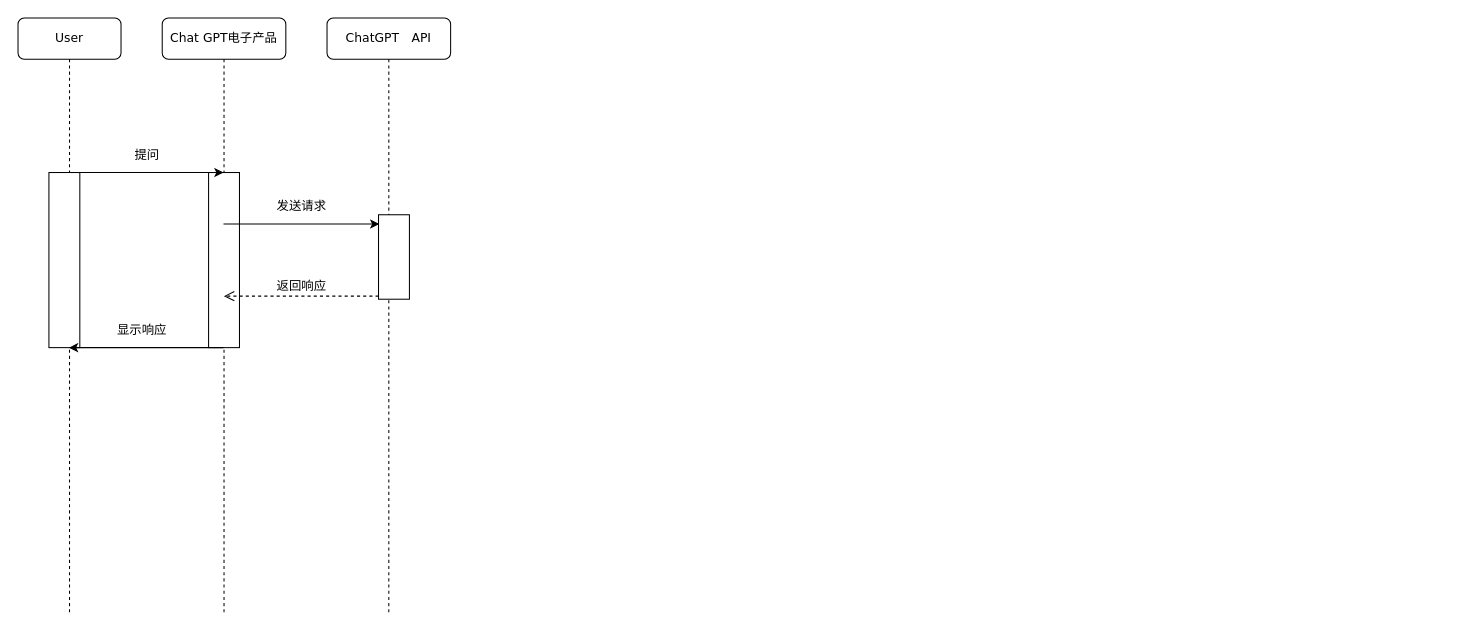
This is test顺序图1.drawio from Zha0-Hu1/diaw.io, a draw.io file, before an edit. Source tidied: cells renumbered, new cells numbered last; positions are measured from the earlier drawing's top-left corner, leaving out a move shared by most shapes. Both pictures are drawn from the tidied source at 103%, with x=0, y=0 at pixel (18, 18).
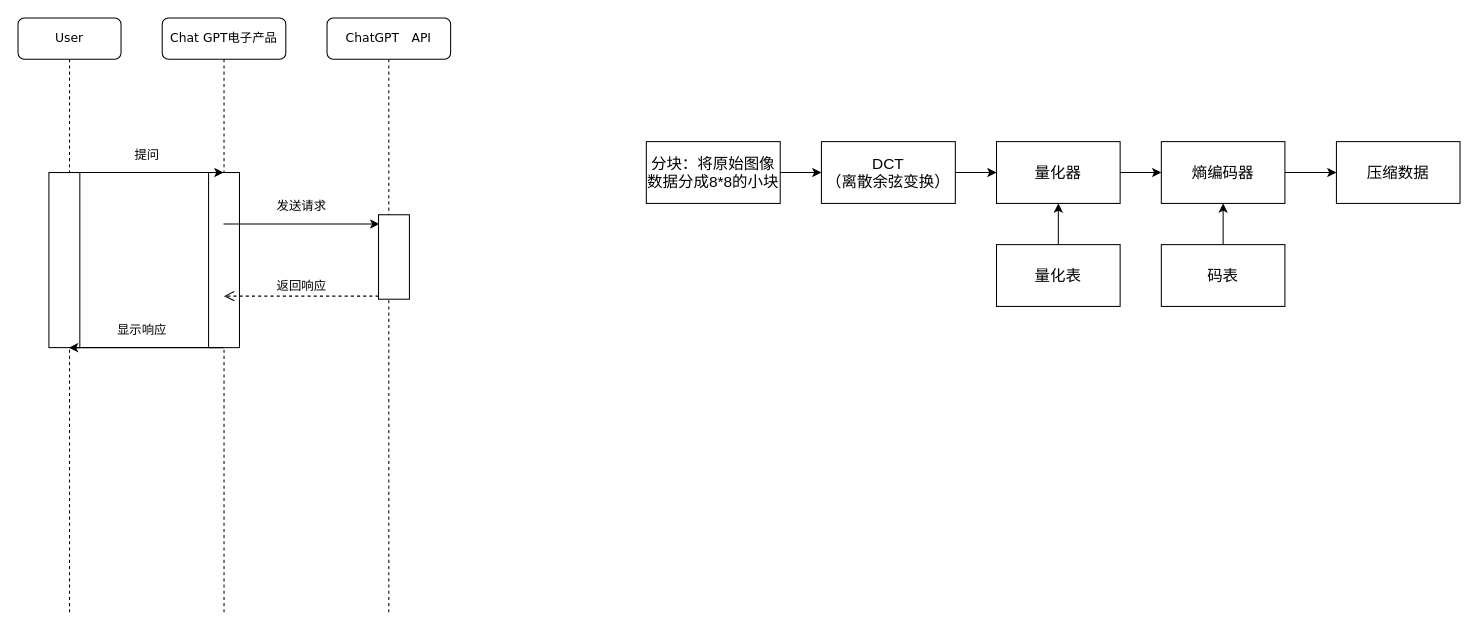
Above is the later version.

Commit message:
更新test顺序图1.drawio

Diff of the diagram source:
```diff
@@
+    <mxCell id="15" style="edgeStyle=orthogonalEdgeStyle;rounded=0;jettySize=auto;html=1;exitX=1;exitY=0.5;exitDx=0;exitDy=0;entryX=0;entryY=0.5;entryDx=0;entryDy=0;" parent="1" edge="1" source="16" target="18">
+      <mxGeometry relative="1" as="geometry" />
+    </mxCell>
+    <mxCell id="16" value="&lt;font style=&quot;font-size: 15px;&quot;&gt;分块：将原始图像数据分成8*8的小块&lt;/font&gt;" style="rounded=0;whiteSpace=wrap;html=1;" parent="1" vertex="1">
+      <mxGeometry x="610" y="120" width="130" height="60" as="geometry" />
+    </mxCell>
+    <mxCell id="17" style="edgeStyle=orthogonalEdgeStyle;rounded=0;jettySize=auto;html=1;exitX=1;exitY=0.5;exitDx=0;exitDy=0;entryX=0;entryY=0.5;entryDx=0;entryDy=0;" parent="1" edge="1" source="18" target="20">
+      <mxGeometry relative="1" as="geometry" />
+    </mxCell>
+    <mxCell id="18" value="&lt;font style=&quot;font-size: 15px;&quot;&gt;DCT&lt;br&gt;（离散余弦变换）&lt;/font&gt;" style="rounded=0;whiteSpace=wrap;html=1;" parent="1" vertex="1">
+      <mxGeometry x="780" y="120" width="130" height="60" as="geometry" />
+    </mxCell>
+    <mxCell id="19" style="edgeStyle=orthogonalEdgeStyle;rounded=0;jettySize=auto;html=1;" parent="1" edge="1" source="20" target="24">
+      <mxGeometry relative="1" as="geometry" />
+    </mxCell>
+    <mxCell id="20" value="&lt;font style=&quot;font-size: 15px;&quot;&gt;量化器&lt;/font&gt;" style="rounded=0;whiteSpace=wrap;html=1;" parent="1" vertex="1">
+      <mxGeometry x="950" y="120" width="120" height="60" as="geometry" />
+    </mxCell>
+    <mxCell id="21" style="edgeStyle=orthogonalEdgeStyle;rounded=0;jettySize=auto;html=1;exitX=0.5;exitY=0;exitDx=0;exitDy=0;entryX=0.5;entryY=1;entryDx=0;entryDy=0;" parent="1" edge="1" source="22" target="20">
+      <mxGeometry relative="1" as="geometry" />
+    </mxCell>
+    <mxCell id="22" value="&lt;font style=&quot;font-size: 15px;&quot;&gt;量化表&lt;/font&gt;" style="rounded=0;whiteSpace=wrap;html=1;" parent="1" vertex="1">
+      <mxGeometry x="950" y="220" width="120" height="60" as="geometry" />
+    </mxCell>
+    <mxCell id="23" style="edgeStyle=orthogonalEdgeStyle;rounded=0;jettySize=auto;html=1;" parent="1" edge="1" source="24" target="27">
+      <mxGeometry relative="1" as="geometry" />
+    </mxCell>
+    <mxCell id="24" value="&lt;font style=&quot;font-size: 15px;&quot;&gt;熵编码器&lt;/font&gt;" style="whiteSpace=wrap;html=1;rounded=0;" parent="1" vertex="1">
+      <mxGeometry x="1110" y="120" width="120" height="60" as="geometry" />
+    </mxCell>
+    <mxCell id="25" style="edgeStyle=orthogonalEdgeStyle;rounded=0;jettySize=auto;html=1;exitX=0.5;exitY=0;exitDx=0;exitDy=0;entryX=0.5;entryY=1;entryDx=0;entryDy=0;" parent="1" edge="1" source="26" target="24">
+      <mxGeometry relative="1" as="geometry" />
+    </mxCell>
+    <mxCell id="26" value="&lt;font style=&quot;font-size: 15px;&quot;&gt;码表&lt;/font&gt;" style="whiteSpace=wrap;html=1;" parent="1" vertex="1">
+      <mxGeometry x="1110" y="220" width="120" height="60" as="geometry" />
+    </mxCell>
+    <mxCell id="27" value="&lt;font style=&quot;font-size: 15px;&quot;&gt;压缩数据&lt;/font&gt;" style="whiteSpace=wrap;html=1;rounded=0;" parent="1" vertex="1">
+      <mxGeometry x="1280" y="120" width="120" height="60" as="geometry" />
+    </mxCell>
```
